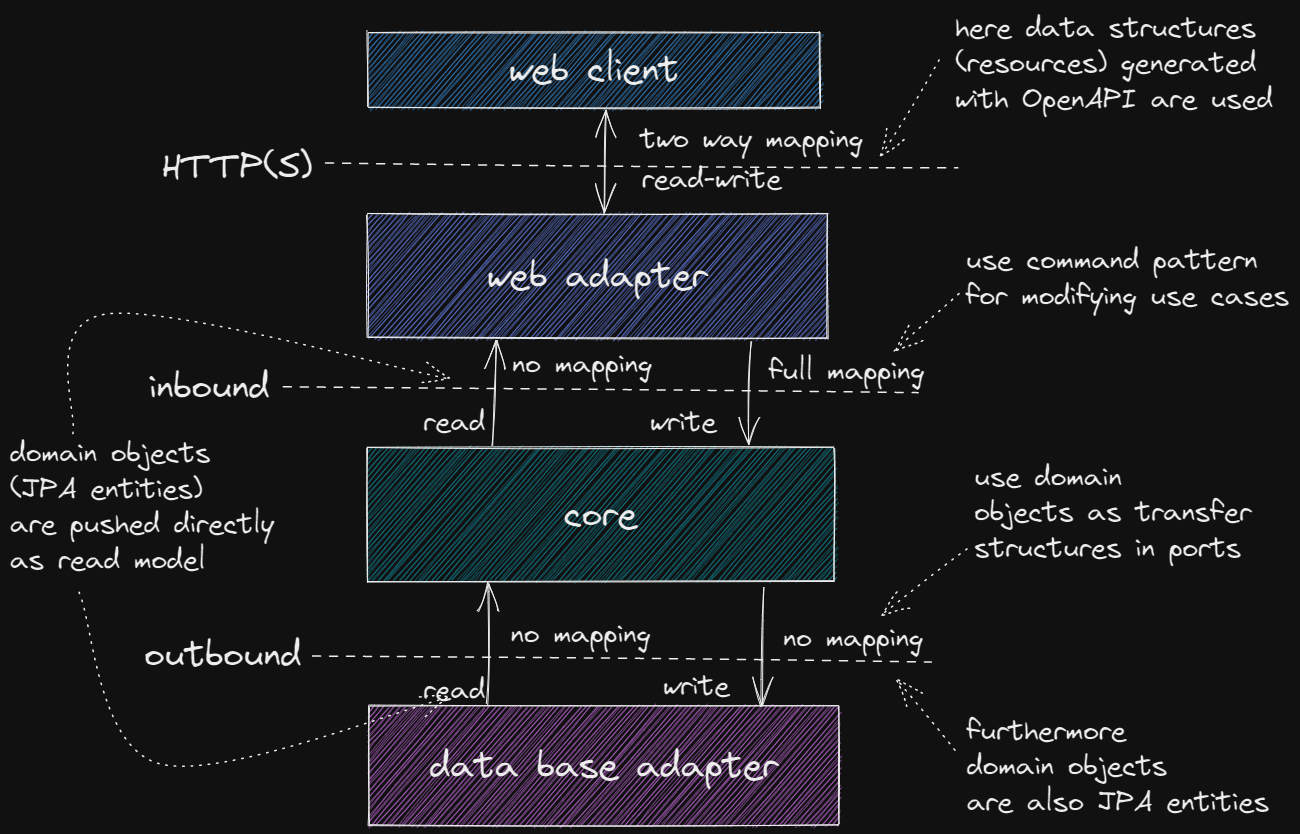
Above: assets/mapping-example-master-data.excalidraw.png in hex-arch-training/hex-arch-training.github.io (Excalidraw), before the change. Source tidied: one line per element, renumbered; positions are measured from the earlier drawing's top-left corner, leaving out a move shared by most shapes.
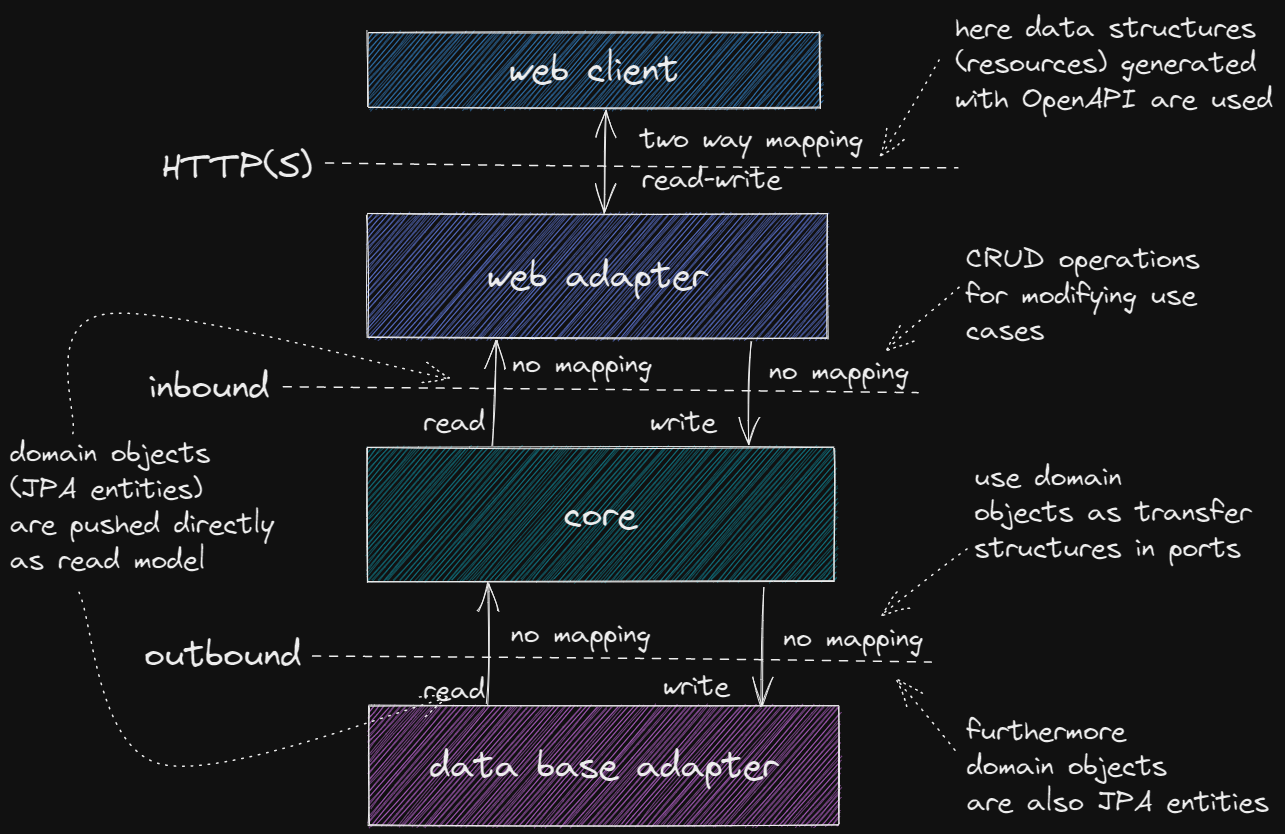
After the change.

The edit, as a diff of the source:
```diff
@@ -15,7 +15,7 @@
 {"id": 14, "type": "text", "text": "no mapping", "strokeColor": "#000000", "strokeWidth": 1, "roughness": 1, "fontSize": 28, "fontFamily": 1, "x": 773, "y": 611, "width": 142, "height": 36}
 {"id": 15, "type": "text", "text": "no mapping", "strokeColor": "#000000", "strokeWidth": 1, "roughness": 1, "fontSize": 28, "fontFamily": 1, "x": 501, "y": 606, "width": 142, "height": 36}
 {"id": 16, "type": "text", "text": "no mapping", "strokeColor": "#000000", "strokeWidth": 1, "roughness": 1, "fontSize": 28, "fontFamily": 1, "x": 502, "y": 337, "width": 142, "height": 36}
-{"id": 17, "type": "text", "text": "full mapping", "strokeColor": "#000000", "strokeWidth": 1, "roughness": 1, "fontSize": 28, "fontFamily": 1, "x": 759, "y": 344, "width": 157, "height": 36}
+{"id": 17, "type": "text", "text": "no mapping", "strokeColor": "#000000", "strokeWidth": 1, "roughness": 1, "fontSize": 28, "fontFamily": 1, "x": 759, "y": 344, "width": 142, "height": 35}
 {"id": 18, "type": "text", "text": "read", "strokeColor": "#000000", "strokeWidth": 1, "roughness": 1, "fontSize": 28, "fontFamily": 1, "x": 413, "y": 663, "width": 64, "height": 36}
 {"id": 19, "type": "text", "text": "read", "strokeColor": "#000000", "strokeWidth": 1, "roughness": 1, "fontSize": 28, "fontFamily": 1, "x": 413, "y": 395, "width": 64, "height": 36}
 {"id": 20, "type": "text", "text": "write", "strokeColor": "#000000", "strokeWidth": 1, "roughness": 1, "fontSize": 28, "fontFamily": 1, "x": 640, "y": 395, "width": 68, "height": 36}
@@ -29,8 +29,8 @@
 {"id": 28, "type": "text", "text": "read-write", "strokeColor": "#000000", "strokeWidth": 1, "strokeStyle": "dashed", "roughness": 1, "fontSize": 28, "fontFamily": 1, "x": 632, "y": 152, "width": 142, "height": 36}
 {"id": 29, "type": "text", "text": "here data structures\n(resources) generated \nwith OpenAPI are used", "strokeColor": "#000000", "strokeWidth": 1, "strokeStyle": "dashed", "roughness": 1, "fontSize": 28, "fontFamily": 1, "x": 945, "y": 0, "width": 320, "height": 107}
 {"id": 30, "type": "arrow", "strokeColor": "#000000", "strokeWidth": 1, "strokeStyle": "dotted", "roughness": 1, "endArrowhead": "arrow", "from": 29, "to": 27, "x": 929, "y": 49, "width": 59, "height": 99, "points": [[0, 0], [-59, 99]]}
-{"id": 31, "type": "text", "text": "use command pattern \nfor modifying use cases", "strokeColor": "#000000", "strokeWidth": 1, "strokeStyle": "dotted", "roughness": 1, "fontSize": 28, "fontFamily": 1, "x": 956, "y": 233, "width": 325, "height": 72}
+{"id": 31, "type": "text", "text": "CRUD operations\nfor modifying use\ncases", "strokeColor": "#000000", "strokeWidth": 1, "strokeStyle": "dotted", "roughness": 1, "fontSize": 28, "fontFamily": 1, "x": 956, "y": 233, "width": 235, "height": 106}
-{"id": 32, "type": "arrow", "strokeColor": "#000000", "strokeWidth": 1, "strokeStyle": "dotted", "roughness": 1, "endArrowhead": "arrow", "from": 31, "to": 17, "x": 948, "y": 282, "width": 66, "height": 59, "points": [[0, 0], [-66, 59]]}
+{"id": 32, "type": "arrow", "strokeColor": "#000000", "strokeWidth": 1, "strokeStyle": "dotted", "roughness": 1, "endArrowhead": "arrow", "from": 31, "to": 17, "x": 948, "y": 276, "width": 75, "height": 65, "points": [[0, 0], [-75, 65]]}
 {"id": 33, "type": "text", "text": "use domain\nobjects as transfer\nstructures in ports", "strokeColor": "#000000", "strokeWidth": 1, "strokeStyle": "dotted", "roughness": 1, "fontSize": 28, "fontFamily": 1, "x": 964, "y": 449, "width": 278, "height": 107}
 {"id": 34, "type": "arrow", "strokeColor": "#000000", "strokeWidth": 1, "strokeStyle": "dotted", "roughness": 1, "endArrowhead": "arrow", "from": 33, "to": 14, "x": 956, "y": 537, "width": 87, "height": 68, "points": [[0, 0], [-87, 68]]}
 {"id": 35, "type": "text", "text": "furthermore\ndomain objects\nare also JPA entities", "strokeColor": "#000000", "strokeWidth": 1, "strokeStyle": "dotted", "roughness": 1, "fontSize": 28, "fontFamily": 1, "x": 957, "y": 703, "width": 304, "height": 107}
```
